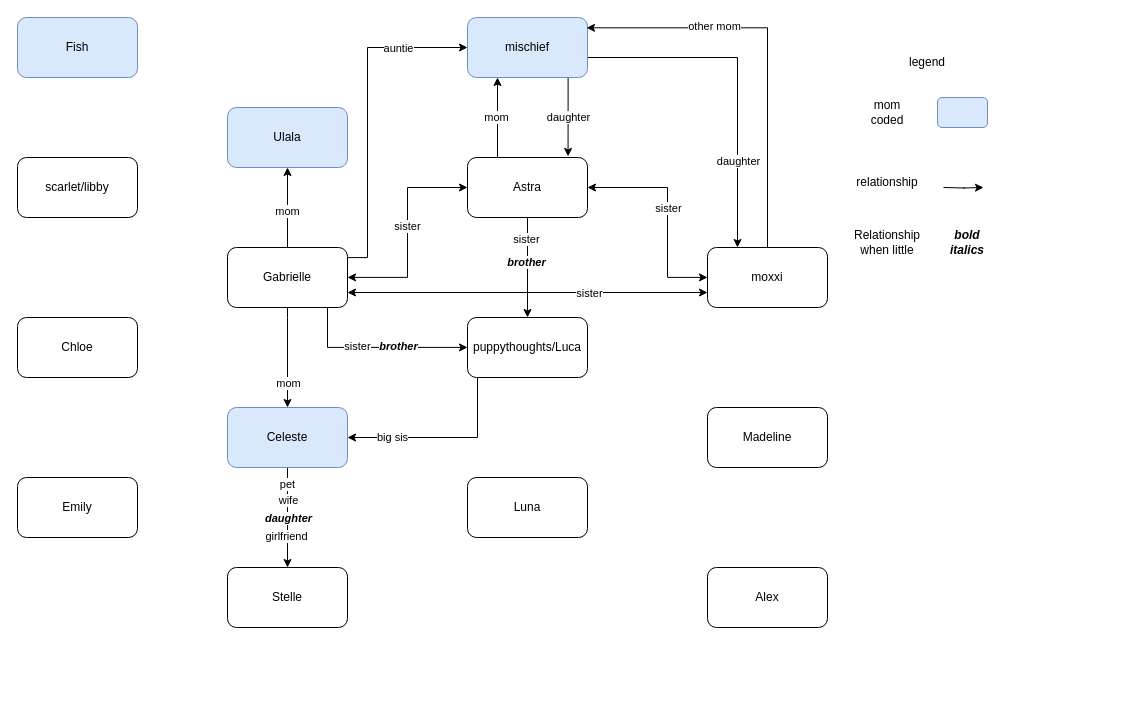
This is page "mamas-bedroom" (3 of 3) of dsk_server.drawio from RobbingSpree/polycule, a draw.io file, before an edit. Source tidied: cells renumbered, new cells numbered last; positions are measured from the earlier drawing's top-left corner, leaving out a move shared by most shapes. Both pictures are drawn from the tidied source at 100%, with x=0, y=0 at pixel (17, 17).
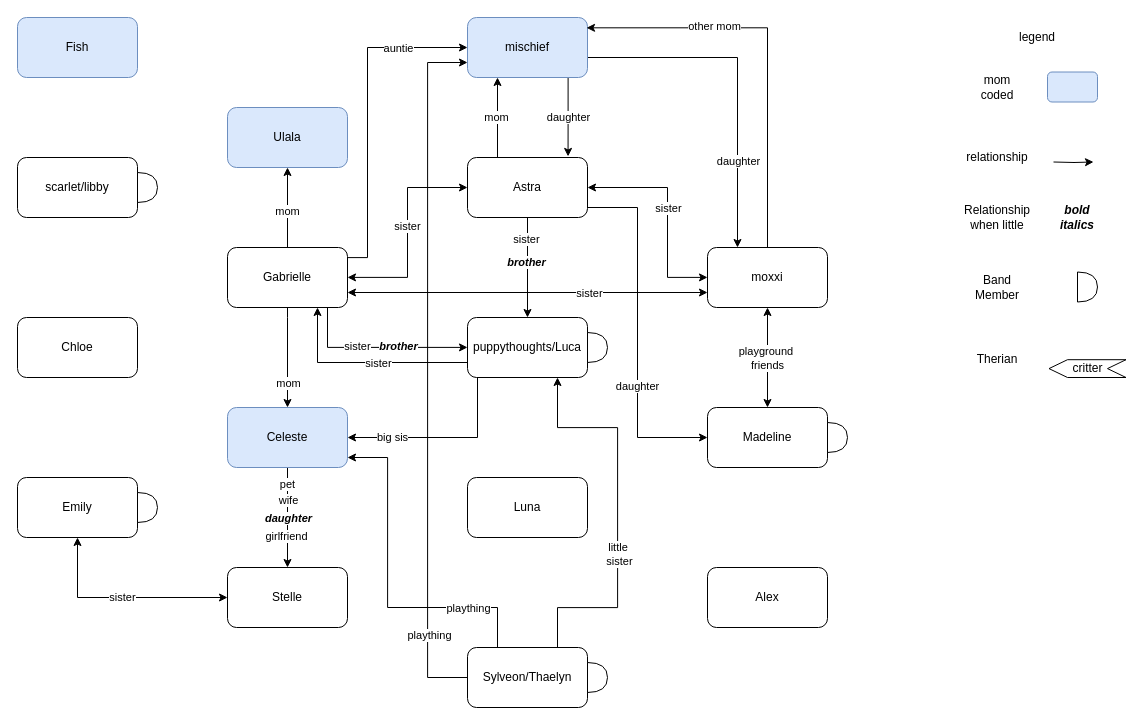
Above is the later version.

Unchanged cells that the change refers to:
```xml
<mxCell id="9" value="mischief" style="rounded=1;whiteSpace=wrap;html=1;fillColor=#dae8fc;strokeColor=#6c8ebf;" parent="1" vertex="1">
  <mxGeometry x="450" width="120" height="60" as="geometry" />
</mxCell>
<mxCell id="17" value="Astra" style="rounded=1;whiteSpace=wrap;html=1;" parent="1" vertex="1">
  <mxGeometry x="450" y="140" width="120" height="60" as="geometry" />
</mxCell>
<mxCell id="27" value="Gabrielle" style="rounded=1;whiteSpace=wrap;html=1;" parent="1" vertex="1">
  <mxGeometry x="210" y="230" width="120" height="60" as="geometry" />
</mxCell>
<mxCell id="35" value="moxxi" style="rounded=1;whiteSpace=wrap;html=1;" parent="1" vertex="1">
  <mxGeometry x="690" y="230" width="120" height="60" as="geometry" />
</mxCell>
<mxCell id="43" value="Celeste" style="rounded=1;whiteSpace=wrap;html=1;fillColor=#dae8fc;strokeColor=#6c8ebf;" parent="1" vertex="1">
  <mxGeometry x="210" y="390" width="120" height="60" as="geometry" />
</mxCell>
<mxCell id="44" value="Stelle" style="rounded=1;whiteSpace=wrap;html=1;" parent="1" vertex="1">
  <mxGeometry x="210" y="550" width="120" height="60" as="geometry" />
</mxCell>
<mxCell id="45" value="puppythoughts/Luca" style="rounded=1;whiteSpace=wrap;html=1;" parent="1" vertex="1">
  <mxGeometry x="450" y="300" width="120" height="60" as="geometry" />
</mxCell>
<mxCell id="53" value="Emily" style="whiteSpace=wrap;html=1;rounded=1;" parent="1" vertex="1">
  <mxGeometry y="460" width="120" height="60" as="geometry" />
</mxCell>
```

Diff of the diagram source:
```diff
@@
     <mxCell id="8" style="edgeStyle=orthogonalEdgeStyle;rounded=0;orthogonalLoop=1;jettySize=auto;html=1;" parent="1" edge="1">
       <mxGeometry relative="1" as="geometry">
-        <mxPoint x="926" y="170" as="sourcePoint" />
-        <mxPoint x="966" y="170" as="targetPoint" />
+        <mxPoint x="1036" y="144.5" as="sourcePoint" />
+        <mxPoint x="1076" y="144.5" as="targetPoint" />
       </mxGeometry>
     </mxCell>
@@
+    <mxCell id="57" style="edgeStyle=orthogonalEdgeStyle;rounded=0;jettySize=auto;html=1;exitX=1;exitY=0.75;exitDx=0;exitDy=0;entryX=0;entryY=0.5;entryDx=0;entryDy=0;" parent="1" edge="1" source="17" target="48">
+      <mxGeometry relative="1" as="geometry">
+        <Array as="points">
+          <mxPoint x="570" y="190" />
+          <mxPoint x="620" y="190" />
+          <mxPoint x="620" y="420" />
+        </Array>
+      </mxGeometry>
+    </mxCell>
+    <mxCell id="58" value="daughter" style="edgeLabel;html=1;align=center;verticalAlign=middle;" parent="57" vertex="1">
+      <mxGeometry x="0.31" y="-1" relative="1" as="geometry" />
+    </mxCell>
@@
     <mxCell id="28" value="&lt;div&gt;legend&lt;/div&gt;" style="text;html=1;whiteSpace=wrap;strokeColor=none;fillColor=none;align=center;verticalAlign=middle;rounded=0;" parent="1" vertex="1">
-      <mxGeometry x="880" y="30" width="60" height="30" as="geometry" />
+      <mxGeometry x="990" y="4.5" width="60" height="30" as="geometry" />
     </mxCell>
     <mxCell id="29" value="mom coded" style="text;html=1;whiteSpace=wrap;strokeColor=none;fillColor=none;align=center;verticalAlign=middle;rounded=0;" parent="1" vertex="1">
-      <mxGeometry x="840" y="80" width="60" height="30" as="geometry" />
+      <mxGeometry x="950" y="54.5" width="60" height="30" as="geometry" />
     </mxCell>
     <mxCell id="30" style="rounded=1;whiteSpace=wrap;html=1;fillColor=#dae8fc;strokeColor=#6c8ebf;" parent="1" vertex="1">
-      <mxGeometry x="920" y="80" width="50" height="30" as="geometry" />
+      <mxGeometry x="1030" y="54.5" width="50" height="30" as="geometry" />
     </mxCell>
@@
+    <mxCell id="59" style="edgeStyle=orthogonalEdgeStyle;rounded=0;jettySize=auto;html=1;entryX=0.5;entryY=1;entryDx=0;entryDy=0;startArrow=classic;startFill=1;" parent="1" edge="1" source="44" target="53">
+      <mxGeometry relative="1" as="geometry" />
+    </mxCell>
+    <mxCell id="60" value="sister" style="edgeLabel;html=1;align=center;verticalAlign=middle;" parent="59" vertex="1">
+      <mxGeometry x="0.02" y="-1" relative="1" as="geometry">
+        <mxPoint x="1" as="offset" />
+      </mxGeometry>
+    </mxCell>
@@
+    <mxCell id="61" style="edgeStyle=orthogonalEdgeStyle;rounded=0;jettySize=auto;html=1;exitX=0;exitY=0.75;exitDx=0;exitDy=0;entryX=0.75;entryY=1;entryDx=0;entryDy=0;" parent="1" edge="1" source="45" target="27">
+      <mxGeometry relative="1" as="geometry" />
+    </mxCell>
+    <mxCell id="62" value="sister" style="edgeLabel;html=1;align=center;verticalAlign=middle;" parent="61" vertex="1">
+      <mxGeometry x="0.05" y="1" relative="1" as="geometry">
+        <mxPoint x="18" y="-1" as="offset" />
+      </mxGeometry>
+    </mxCell>
@@
     <mxCell id="46" value="relationship" style="text;html=1;whiteSpace=wrap;strokeColor=none;fillColor=none;align=center;verticalAlign=middle;rounded=0;" parent="1" vertex="1">
-      <mxGeometry x="840" y="150" width="60" height="30" as="geometry" />
+      <mxGeometry x="950" y="124.5" width="60" height="30" as="geometry" />
     </mxCell>
@@
-    <mxCell id="48" value="Madeline" style="whiteSpace=wrap;html=1;rounded=1;" parent="1" vertex="1">
-      <mxGeometry x="690" y="390" width="120" height="60" as="geometry" />
-    </mxCell>
@@
     <mxCell id="54" value="Relationship when little" style="text;html=1;whiteSpace=wrap;strokeColor=none;fillColor=none;align=center;verticalAlign=middle;rounded=0;" parent="1" vertex="1">
-      <mxGeometry x="840" y="210" width="60" height="30" as="geometry" />
+      <mxGeometry x="950" y="184.5" width="60" height="30" as="geometry" />
     </mxCell>
     <mxCell id="55" value="&lt;div&gt;&lt;i&gt;&lt;b&gt;bold&lt;/b&gt;&lt;/i&gt;&lt;/div&gt;&lt;div&gt;&lt;i&gt;&lt;b&gt;italics&lt;/b&gt;&lt;/i&gt;&lt;/div&gt;" style="text;html=1;whiteSpace=wrap;strokeColor=none;fillColor=none;align=center;verticalAlign=middle;rounded=0;" parent="1" vertex="1">
-      <mxGeometry x="920" y="210" width="60" height="30" as="geometry" />
+      <mxGeometry x="1030" y="184.5" width="60" height="30" as="geometry" />
     </mxCell>
@@
+    <mxCell id="63" style="shape=or;whiteSpace=wrap;html=1;shapeInside=1;" parent="1" vertex="1">
+      <mxGeometry x="1060" y="254.5" width="20" height="30" as="geometry" />
+    </mxCell>
+    <mxCell id="64" value="Band&lt;br&gt;Member" style="text;html=1;whiteSpace=wrap;strokeColor=none;fillColor=none;align=center;verticalAlign=middle;rounded=0;" parent="1" vertex="1">
+      <mxGeometry x="950" y="254.5" width="60" height="30" as="geometry" />
+    </mxCell>
+    <mxCell id="65" style="shape=or;whiteSpace=wrap;html=1;shapeInside=1;" parent="1" vertex="1">
+      <mxGeometry x="570" y="315" width="20" height="30" as="geometry" />
+    </mxCell>
+    <mxCell id="66" style="shape=or;whiteSpace=wrap;html=1;shapeInside=1;" parent="1" vertex="1">
+      <mxGeometry x="120" y="475" width="20" height="30" as="geometry" />
+    </mxCell>
+    <mxCell id="67" style="shape=or;whiteSpace=wrap;html=1;shapeInside=1;" parent="1" vertex="1">
+      <mxGeometry x="120" y="155" width="20" height="30" as="geometry" />
+    </mxCell>
+    <mxCell id="68" style="group;" parent="1" vertex="1">
+      <mxGeometry x="450" y="630" width="140" height="60" as="geometry" />
+    </mxCell>
+    <mxCell id="69" value="Sylveon/Thaelyn" style="whiteSpace=wrap;html=1;rounded=1;" parent="68" vertex="1">
+      <mxGeometry width="120" height="60" as="geometry" />
+    </mxCell>
+    <mxCell id="70" style="shape=or;whiteSpace=wrap;html=1;shapeInside=1;" parent="68" vertex="1">
+      <mxGeometry x="120" y="15" width="20" height="30" as="geometry" />
+    </mxCell>
+    <mxCell id="71" style="group;" parent="1" vertex="1">
+      <mxGeometry x="690" y="390" width="140" height="60" as="geometry" />
+    </mxCell>
+    <mxCell id="48" value="Madeline" style="whiteSpace=wrap;html=1;rounded=1;" parent="71" vertex="1">
+      <mxGeometry width="120" height="60" as="geometry" />
+    </mxCell>
+    <mxCell id="72" style="shape=or;whiteSpace=wrap;html=1;shapeInside=1;" parent="71" vertex="1">
+      <mxGeometry x="120" y="15" width="20" height="30" as="geometry" />
+    </mxCell>
+    <mxCell id="73" style="edgeStyle=orthogonalEdgeStyle;rounded=0;jettySize=auto;html=1;exitX=0.75;exitY=0;exitDx=0;exitDy=0;entryX=0.75;entryY=1;entryDx=0;entryDy=0;" parent="1" edge="1" source="69" target="45">
+      <mxGeometry relative="1" as="geometry">
+        <Array as="points">
+          <mxPoint x="540.1" y="590.1" />
+          <mxPoint x="600.1" y="590.1" />
+          <mxPoint x="600.1" y="410.1" />
+          <mxPoint x="540.1" y="410.1" />
+        </Array>
+      </mxGeometry>
+    </mxCell>
+    <mxCell id="74" value="&lt;div&gt;little&amp;nbsp;&lt;/div&gt;&lt;div&gt;sister&lt;/div&gt;" style="edgeLabel;html=1;align=center;verticalAlign=middle;" parent="73" vertex="1">
+      <mxGeometry x="-0.21" y="-1" relative="1" as="geometry" />
+    </mxCell>
+    <mxCell id="75" style="edgeStyle=orthogonalEdgeStyle;rounded=0;jettySize=auto;html=1;entryX=0;entryY=0.75;entryDx=0;entryDy=0;" parent="1" edge="1" source="69" target="9">
+      <mxGeometry relative="1" as="geometry">
+        <Array as="points">
+          <mxPoint x="410.1" y="660.1" />
+          <mxPoint x="410.1" y="45" />
+        </Array>
+      </mxGeometry>
+    </mxCell>
+    <mxCell id="76" value="plaything" style="edgeLabel;html=1;align=center;verticalAlign=middle;" parent="75" vertex="1">
+      <mxGeometry x="-0.16" y="-2" relative="1" as="geometry">
+        <mxPoint x="-1" y="210" as="offset" />
+      </mxGeometry>
+    </mxCell>
+    <mxCell id="77" style="edgeStyle=orthogonalEdgeStyle;rounded=0;jettySize=auto;html=1;exitX=0.25;exitY=0;exitDx=0;exitDy=0;" parent="1" edge="1" source="69" target="43">
+      <mxGeometry relative="1" as="geometry">
+        <Array as="points">
+          <mxPoint x="480" y="590" />
+          <mxPoint x="370.1" y="590" />
+          <mxPoint x="370.1" y="440" />
+        </Array>
+      </mxGeometry>
+    </mxCell>
+    <mxCell id="78" value="plaything" style="edgeLabel;html=1;align=center;verticalAlign=middle;" parent="77" vertex="1">
+      <mxGeometry x="-0.72" relative="1" as="geometry">
+        <mxPoint x="-22" as="offset" />
+      </mxGeometry>
+    </mxCell>
+    <mxCell id="79" style="edgeStyle=orthogonalEdgeStyle;rounded=0;jettySize=auto;html=1;startArrow=classic;startFill=1;" parent="1" edge="1" source="48" target="35">
+      <mxGeometry relative="1" as="geometry" />
+    </mxCell>
+    <mxCell id="80" value="&lt;div&gt;playground&amp;nbsp;&lt;/div&gt;&lt;div&gt;friends&lt;/div&gt;" style="edgeLabel;html=1;align=center;verticalAlign=middle;" parent="79" vertex="1">
+      <mxGeometry x="-0.01" y="1" relative="1" as="geometry" />
+    </mxCell>
+    <mxCell id="81" value="critter" style="shape=step;perimeter=stepPerimeter;whiteSpace=wrap;html=1;fixedSize=1;direction=west;size=18.5;" parent="1" vertex="1">
+      <mxGeometry x="1031.5" y="342.2" width="77" height="17.8" as="geometry" />
+    </mxCell>
+    <mxCell id="82" value="Therian" style="text;html=1;whiteSpace=wrap;strokeColor=none;fillColor=none;align=center;verticalAlign=middle;rounded=0;" parent="1" vertex="1">
+      <mxGeometry x="950" y="327.2" width="60" height="30" as="geometry" />
+    </mxCell>
```
